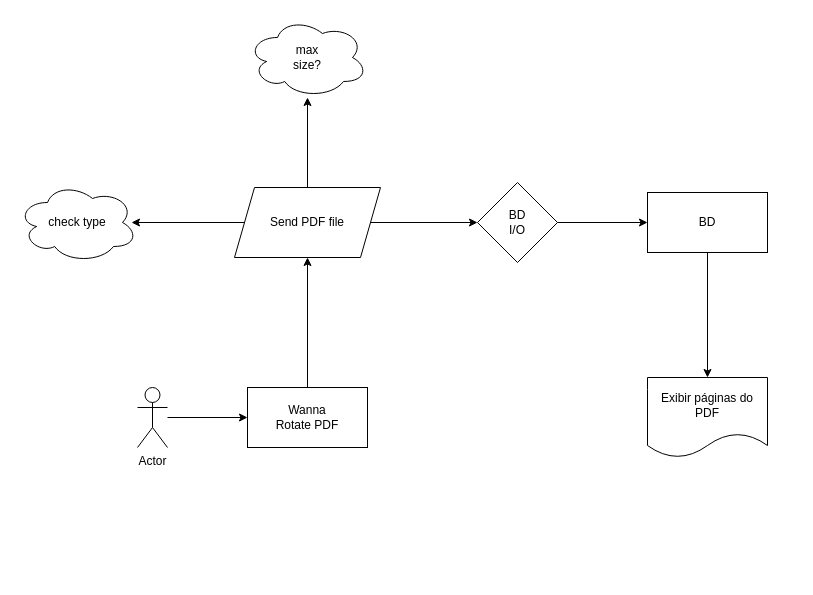
The draw.io diagram Diagrama sem nome.drawio in luanbiao/pensamentos, before the edit. Source tidied: cells renumbered, new cells numbered last; positions are measured from the earlier drawing's top-left corner, leaving out a move shared by most shapes. Both pictures are drawn from the tidied source at 100%, with x=0, y=0 at pixel (17, 17).
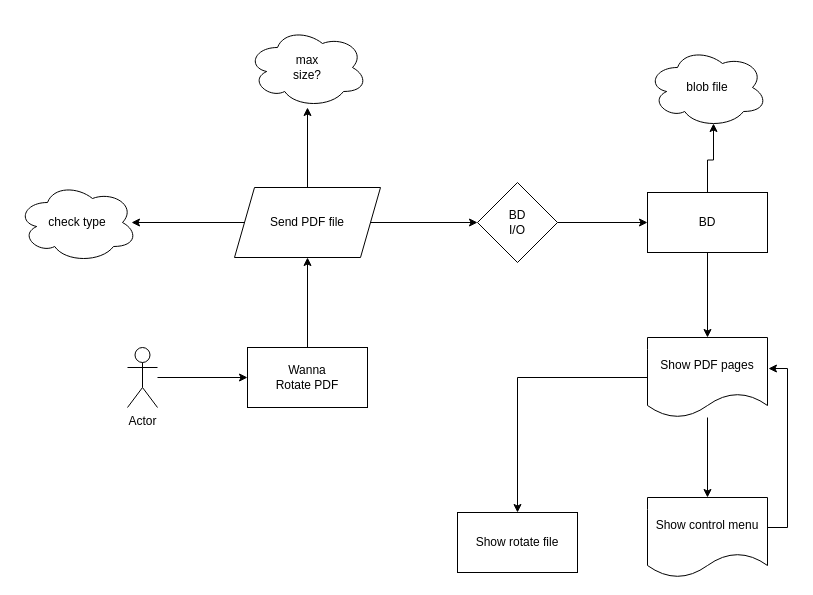
The same page after the edit.

The change refers to these unchanged cells:
```xml
<mxCell id="12" value="BD" style="whiteSpace=wrap;html=1;" parent="1" vertex="1">
  <mxGeometry x="630" y="175" width="120" height="60" as="geometry" />
</mxCell>
```

Diff of the diagram source:
```diff
@@
     <mxCell id="3" value="Actor" style="shape=umlActor;verticalLabelPosition=bottom;verticalAlign=top;html=1;outlineConnect=0;" parent="1" vertex="1">
-      <mxGeometry x="120" y="370" width="30" height="60" as="geometry" />
+      <mxGeometry x="110" y="330" width="30" height="60" as="geometry" />
     </mxCell>
@@
     <mxCell id="5" value="Wanna&lt;br&gt;Rotate PDF" style="rounded=0;whiteSpace=wrap;html=1;" parent="1" vertex="1">
-      <mxGeometry x="230" y="370" width="120" height="60" as="geometry" />
+      <mxGeometry x="230" y="330" width="120" height="60" as="geometry" />
     </mxCell>
@@
     <mxCell id="13" value="max&lt;br&gt;size?" style="ellipse;shape=cloud;whiteSpace=wrap;html=1;" parent="1" vertex="1">
-      <mxGeometry x="230" width="120" height="80" as="geometry" />
+      <mxGeometry x="230" y="10" width="120" height="80" as="geometry" />
     </mxCell>
@@
+    <mxCell id="17" style="edgeStyle=orthogonalEdgeStyle;rounded=0;jettySize=auto;html=1;" parent="1" edge="1" source="16" target="21">
+      <mxGeometry relative="1" as="geometry" />
+    </mxCell>
+    <mxCell id="18" style="edgeStyle=orthogonalEdgeStyle;rounded=0;jettySize=auto;html=1;" parent="1" edge="1" source="16" target="23">
+      <mxGeometry relative="1" as="geometry" />
+    </mxCell>
-    <mxCell id="16" value="Exibir páginas do PDF" style="shape=document;whiteSpace=wrap;html=1;boundedLbl=1;" parent="1" vertex="1">
-      <mxGeometry x="630" y="360" width="120" height="80" as="geometry" />
+    <mxCell id="16" value="Show PDF pages" style="shape=document;whiteSpace=wrap;html=1;boundedLbl=1;" parent="1" vertex="1">
+      <mxGeometry x="630" y="320" width="120" height="80" as="geometry" />
     </mxCell>
+    <mxCell id="19" value="blob file" style="ellipse;shape=cloud;whiteSpace=wrap;html=1;" parent="1" vertex="1">
+      <mxGeometry x="630" y="30" width="120" height="80" as="geometry" />
+    </mxCell>
+    <mxCell id="20" style="edgeStyle=orthogonalEdgeStyle;rounded=0;jettySize=auto;html=1;entryX=0.55;entryY=0.95;entryDx=0;entryDy=0;entryPerimeter=0;" parent="1" edge="1" source="12" target="19">
+      <mxGeometry relative="1" as="geometry" />
+    </mxCell>
+    <mxCell id="21" value="Show control menu" style="shape=document;whiteSpace=wrap;html=1;boundedLbl=1;" parent="1" vertex="1">
+      <mxGeometry x="630" y="480" width="120" height="80" as="geometry" />
+    </mxCell>
+    <mxCell id="22" style="edgeStyle=orthogonalEdgeStyle;rounded=0;jettySize=auto;html=1;entryX=1.008;entryY=0.388;entryDx=0;entryDy=0;entryPerimeter=0;" parent="1" edge="1" source="21" target="16">
+      <mxGeometry relative="1" as="geometry">
+        <Array as="points">
+          <mxPoint x="770" y="510" />
+          <mxPoint x="770" y="351" />
+        </Array>
+      </mxGeometry>
+    </mxCell>
+    <mxCell id="23" value="Show rotate file" style="rounded=0;whiteSpace=wrap;html=1;" parent="1" vertex="1">
+      <mxGeometry x="440" y="495" width="120" height="60" as="geometry" />
+    </mxCell>
```
